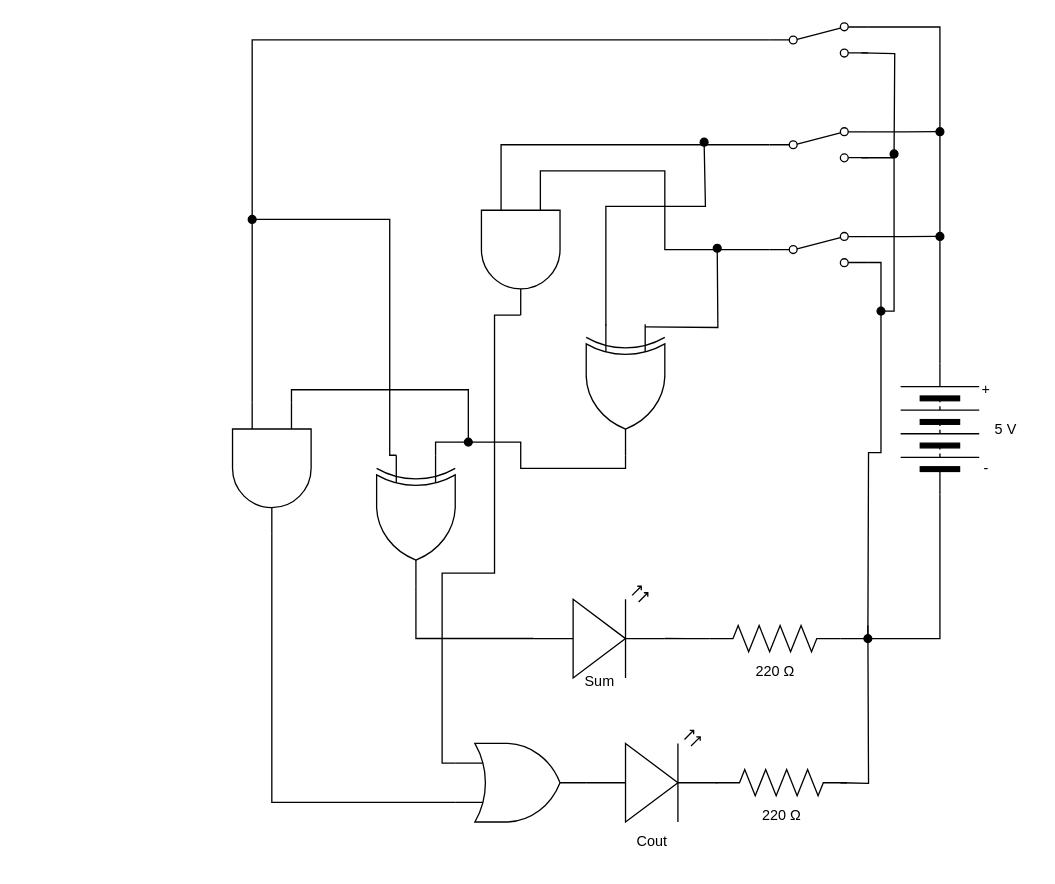
Above: schematicdiagram.drawio in Osamah-Hasan/TEJ3M-Unit-4-18 (draw.io), before the change. Source tidied: cells renumbered, new cells numbered last; positions are measured from the earlier drawing's top-left corner, leaving out a move shared by most shapes. Both pictures are drawn from the tidied source at 131%, with x=0, y=0 at pixel (206, 22).
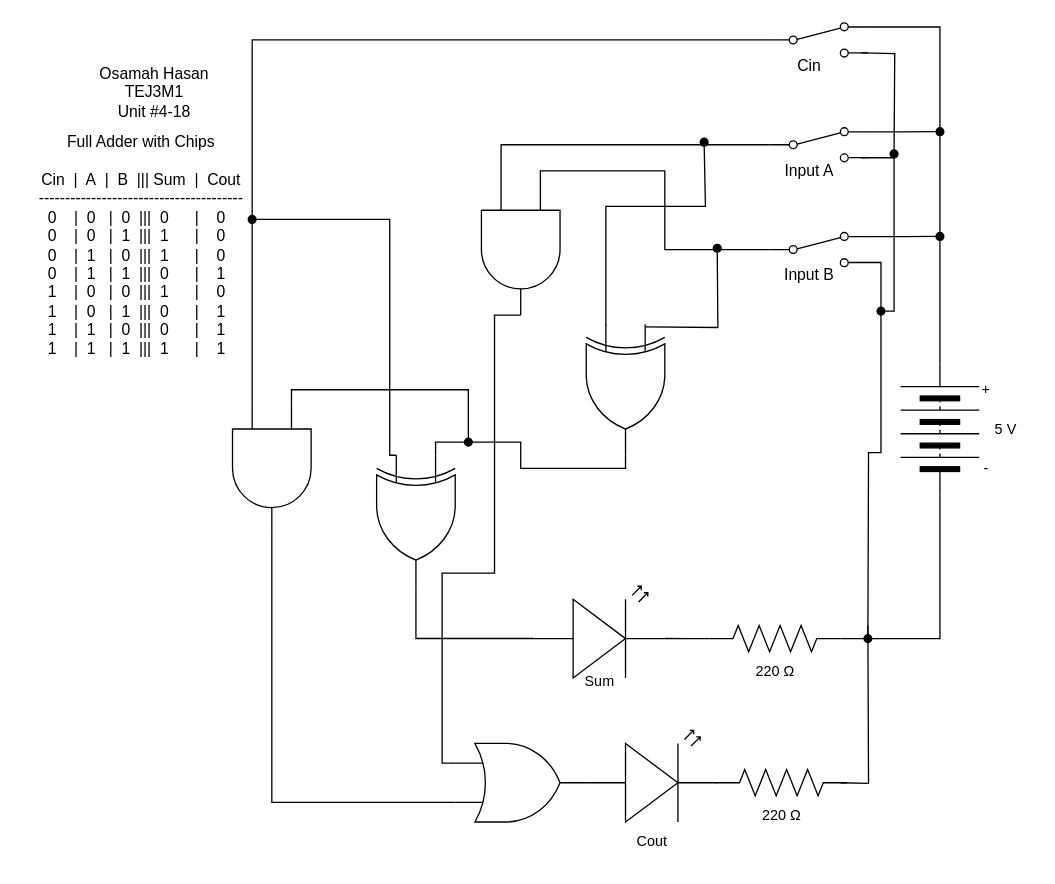
After the change.

The edit, as a diff of the source:
```diff
@@
+    <mxCell id="42" value="Input B" style="text;html=1;align=center;verticalAlign=middle;strokeColor=none;fillColor=none;" parent="1" vertex="1">
+      <mxGeometry x="430" y="178" width="60" height="30" as="geometry" />
+    </mxCell>
+    <mxCell id="43" value="Input A" style="text;html=1;align=center;verticalAlign=middle;strokeColor=none;fillColor=none;" parent="1" vertex="1">
+      <mxGeometry x="430" y="98" width="60" height="30" as="geometry" />
+    </mxCell>
+    <mxCell id="44" value="Cin" style="text;html=1;align=center;verticalAlign=middle;strokeColor=none;fillColor=none;" parent="1" vertex="1">
+      <mxGeometry x="440" y="18" width="40" height="30" as="geometry" />
+    </mxCell>
+    <mxCell id="45" value="Osamah Hasan&lt;div&gt;TEJ3M1&lt;/div&gt;&lt;div&gt;Unit #4-18&lt;/div&gt;" style="text;html=1;align=center;verticalAlign=middle;strokeColor=none;fillColor=none;" parent="1" vertex="1">
+      <mxGeometry x="-95" y="23" width="110" height="60" as="geometry" />
+    </mxCell>
+    <mxCell id="46" value="&lt;div&gt;&lt;font color=&quot;#000000&quot;&gt;Full Adder with Chips&lt;/font&gt;&lt;/div&gt;&lt;div&gt;&lt;font color=&quot;#000000&quot;&gt;&lt;br&gt;&lt;/font&gt;&lt;/div&gt;&lt;div&gt;&lt;font color=&quot;#000000&quot;&gt;Cin&amp;nbsp; |&amp;nbsp; A&amp;nbsp; |&amp;nbsp; B&amp;nbsp; ||| Sum&amp;nbsp; |&amp;nbsp; Cout&lt;/font&gt;&lt;/div&gt;&lt;div&gt;&lt;font color=&quot;#000000&quot;&gt;---------------------------------------&lt;/font&gt;&lt;/div&gt;&lt;div&gt;&lt;font color=&quot;#000000&quot;&gt;&amp;nbsp;0&amp;nbsp; &amp;nbsp; |&amp;nbsp; 0&amp;nbsp; &amp;nbsp;|&amp;nbsp; 0&amp;nbsp; |||&amp;nbsp; 0&amp;nbsp; &amp;nbsp; &amp;nbsp; |&amp;nbsp; &amp;nbsp; 0&amp;nbsp; &amp;nbsp;&lt;/font&gt;&lt;/div&gt;&lt;div&gt;&lt;font color=&quot;#000000&quot;&gt;&amp;nbsp;0&amp;nbsp; &amp;nbsp; |&amp;nbsp; 0&amp;nbsp; &amp;nbsp;|&amp;nbsp; 1&amp;nbsp; |||&amp;nbsp; 1&amp;nbsp; &amp;nbsp; &amp;nbsp; |&amp;nbsp; &amp;nbsp; 0&amp;nbsp; &amp;nbsp;&lt;/font&gt;&lt;/div&gt;&lt;div&gt;&lt;font color=&quot;#000000&quot;&gt;&amp;nbsp;0&amp;nbsp; &amp;nbsp; |&amp;nbsp; 1&amp;nbsp; &amp;nbsp;|&amp;nbsp; 0&amp;nbsp; |||&amp;nbsp; 1&amp;nbsp; &amp;nbsp; &amp;nbsp; |&amp;nbsp; &amp;nbsp; 0&amp;nbsp; &amp;nbsp;&lt;/font&gt;&lt;/div&gt;&lt;div&gt;&lt;font color=&quot;#000000&quot;&gt;&amp;nbsp;0&amp;nbsp; &amp;nbsp; |&amp;nbsp; 1&amp;nbsp; &amp;nbsp;|&amp;nbsp; 1&amp;nbsp; |||&amp;nbsp; 0&amp;nbsp; &amp;nbsp; &amp;nbsp; |&amp;nbsp; &amp;nbsp; 1&amp;nbsp; &amp;nbsp;&lt;/font&gt;&lt;/div&gt;&lt;div&gt;&lt;font color=&quot;#000000&quot;&gt;&amp;nbsp;1&amp;nbsp; &amp;nbsp; |&amp;nbsp; 0&amp;nbsp; &amp;nbsp;|&amp;nbsp; 0&amp;nbsp; |||&amp;nbsp; 1&amp;nbsp; &amp;nbsp; &amp;nbsp; |&amp;nbsp; &amp;nbsp; 0&amp;nbsp; &amp;nbsp;&lt;/font&gt;&lt;/div&gt;&lt;div&gt;&lt;font color=&quot;#000000&quot;&gt;&amp;nbsp;1&amp;nbsp; &amp;nbsp; |&amp;nbsp; 0&amp;nbsp; &amp;nbsp;|&amp;nbsp; 1&amp;nbsp; |||&amp;nbsp; 0&amp;nbsp; &amp;nbsp; &amp;nbsp; |&amp;nbsp; &amp;nbsp; 1&amp;nbsp; &amp;nbsp;&lt;/font&gt;&lt;/div&gt;&lt;div&gt;&lt;font color=&quot;#000000&quot;&gt;&amp;nbsp;1&amp;nbsp; &amp;nbsp; |&amp;nbsp; 1&amp;nbsp; &amp;nbsp;|&amp;nbsp; 0&amp;nbsp; |||&amp;nbsp; 0&amp;nbsp; &amp;nbsp; &amp;nbsp; |&amp;nbsp; &amp;nbsp; 1&amp;nbsp; &amp;nbsp;&lt;/font&gt;&lt;/div&gt;&lt;div&gt;&lt;font color=&quot;#000000&quot;&gt;&amp;nbsp;1&amp;nbsp; &amp;nbsp; |&amp;nbsp; 1&amp;nbsp; &amp;nbsp;|&amp;nbsp; 1&amp;nbsp; |||&amp;nbsp; 1&amp;nbsp; &amp;nbsp; &amp;nbsp; |&amp;nbsp; &amp;nbsp; 1&amp;nbsp; &amp;nbsp;&lt;/font&gt;&lt;/div&gt;" style="text;html=1;align=center;verticalAlign=middle;strokeColor=none;fillColor=none;" parent="1" vertex="1">
+      <mxGeometry x="-140" y="75" width="180" height="190" as="geometry" />
+    </mxCell>
```
